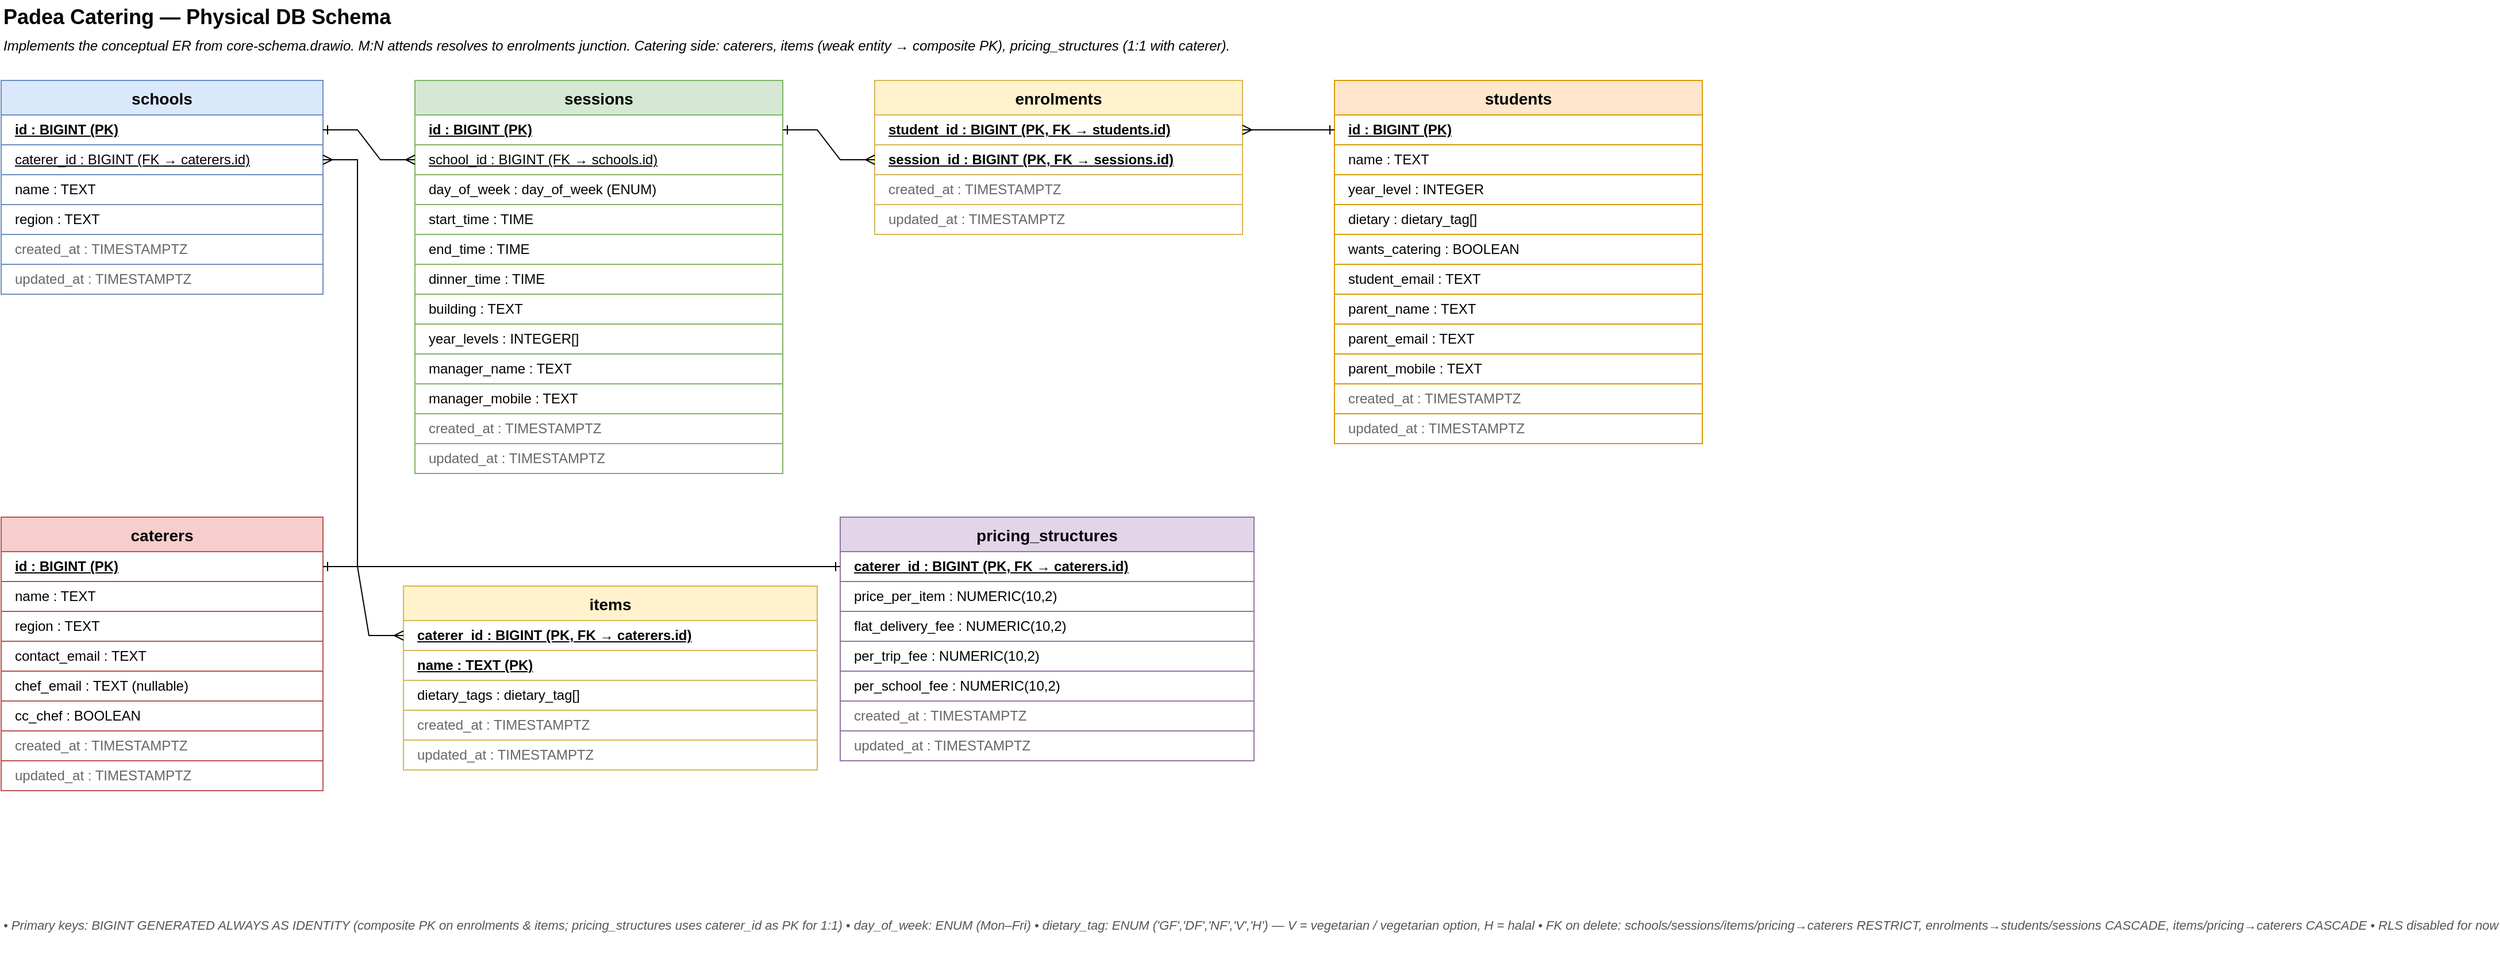
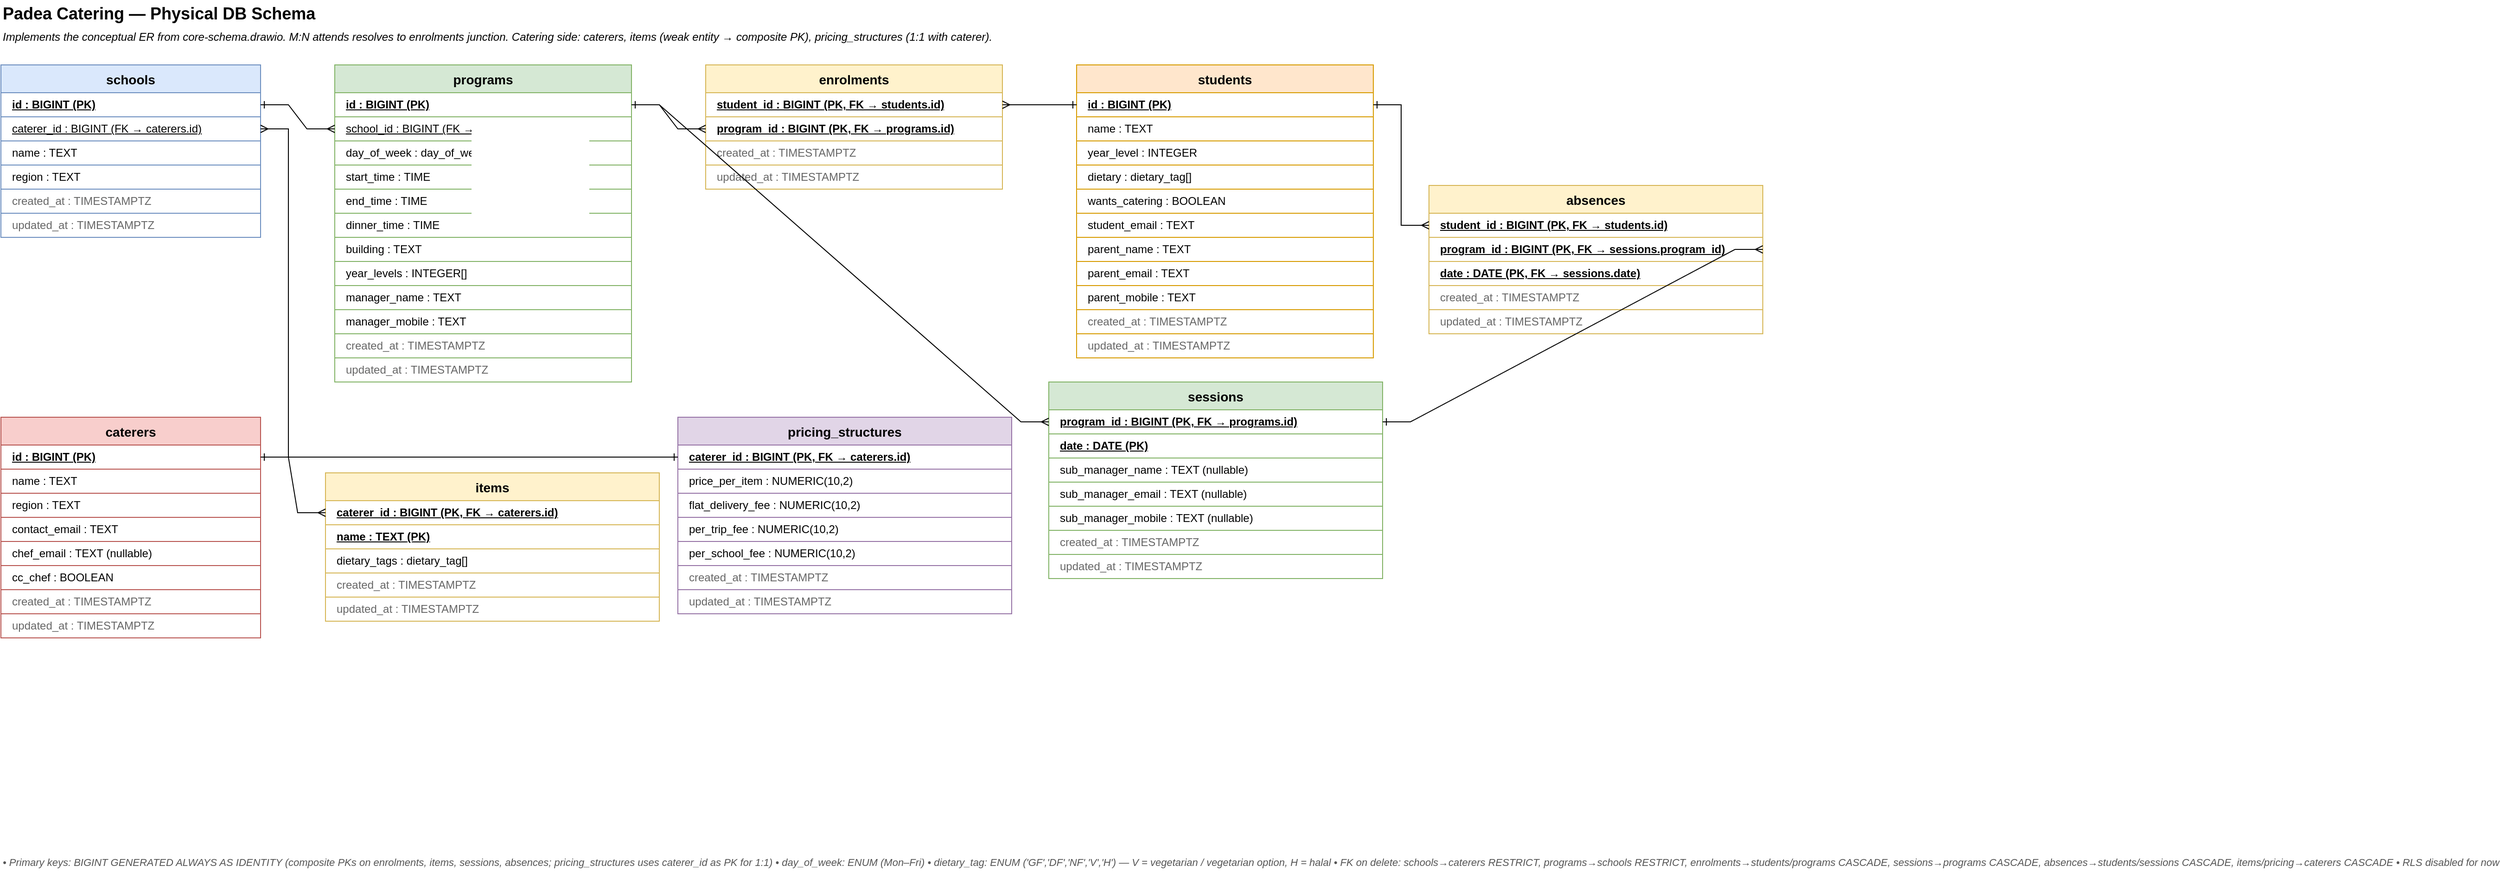
<mxfile host="65bd71144e">
    <diagram name="DB Schema" id="db-schema">
-         <mxGraphModel dx="1240" dy="691" grid="1" gridSize="10" guides="1" tooltips="1" connect="1" arrows="1" fold="1" page="1" pageScale="1" pageWidth="1700" pageHeight="900" math="0" shadow="0">
+         <mxGraphModel dx="714" dy="779" grid="1" gridSize="10" guides="1" tooltips="1" connect="1" arrows="1" fold="1" page="1" pageScale="1" pageWidth="1700" pageHeight="1000" math="0" shadow="0">
            <root>
                <mxCell id="0"/>
                <mxCell id="1" parent="0"/>
                <mxCell id="title" value="Padea Catering — Physical DB Schema" style="text;html=1;align=left;verticalAlign=middle;fontSize=18;fontStyle=1;" parent="1" vertex="1">
                    <mxGeometry x="40" y="20" width="800" height="30" as="geometry"/>
                </mxCell>
                <mxCell id="subtitle" value="Implements the conceptual ER from core-schema.drawio. M:N attends resolves to enrolments junction. Catering side: caterers, items (weak entity → composite PK), pricing_structures (1:1 with caterer)." style="text;html=1;align=left;verticalAlign=middle;fontSize=12;fontStyle=2;" parent="1" vertex="1">
                    <mxGeometry x="40" y="50" width="1500" height="20" as="geometry"/>
                </mxCell>
                <mxCell id="schools" value="schools" style="shape=table;startSize=30;container=1;collapsible=0;childLayout=tableLayout;fontSize=14;fontStyle=1;fillColor=#dae8fc;strokeColor=#6c8ebf;" parent="1" vertex="1">
                    <mxGeometry x="40" y="90" width="280" height="186" as="geometry"/>
                </mxCell>
                <mxCell id="schools-r1" value="" style="shape=tableRow;horizontal=0;startSize=0;swimlaneHead=0;swimlaneBody=0;strokeColor=inherit;top=0;left=0;bottom=0;right=0;collapsible=0;dropTarget=0;fillColor=none;points=[[0,0.5],[1,0.5]];portConstraint=eastwest;fontSize=12;" parent="schools" vertex="1">
                    <mxGeometry y="30" width="280" height="26" as="geometry"/>
                </mxCell>
                <mxCell id="schools-r1-c" value="id : BIGINT  (PK)" style="shape=partialRectangle;html=1;whiteSpace=wrap;connectable=0;strokeColor=inherit;overflow=hidden;fillColor=none;top=0;left=0;bottom=0;right=0;pointerEvents=1;fontStyle=5;align=left;spacingLeft=10;" parent="schools-r1" vertex="1">
                    <mxGeometry width="280" height="26" as="geometry"/>
                </mxCell>
                <mxCell id="schools-r-cat" value="" style="shape=tableRow;horizontal=0;startSize=0;swimlaneHead=0;swimlaneBody=0;strokeColor=inherit;top=0;left=0;bottom=0;right=0;collapsible=0;dropTarget=0;fillColor=none;points=[[0,0.5],[1,0.5]];portConstraint=eastwest;fontSize=12;" parent="schools" vertex="1">
                    <mxGeometry y="56" width="280" height="26" as="geometry"/>
                </mxCell>
                <mxCell id="schools-r-cat-c" value="caterer_id : BIGINT  (FK → caterers.id)" style="shape=partialRectangle;html=1;whiteSpace=wrap;connectable=0;strokeColor=inherit;overflow=hidden;fillColor=none;top=0;left=0;bottom=0;right=0;pointerEvents=1;fontStyle=4;align=left;spacingLeft=10;" parent="schools-r-cat" vertex="1">
                    <mxGeometry width="280" height="26" as="geometry"/>
                </mxCell>
                <mxCell id="schools-r2" value="" style="shape=tableRow;horizontal=0;startSize=0;swimlaneHead=0;swimlaneBody=0;strokeColor=inherit;top=0;left=0;bottom=0;right=0;collapsible=0;dropTarget=0;fillColor=none;points=[[0,0.5],[1,0.5]];portConstraint=eastwest;fontSize=12;" parent="schools" vertex="1">
                    <mxGeometry y="82" width="280" height="26" as="geometry"/>
                </mxCell>
                <mxCell id="schools-r2-c" value="name : TEXT" style="shape=partialRectangle;html=1;whiteSpace=wrap;connectable=0;strokeColor=inherit;overflow=hidden;fillColor=none;top=0;left=0;bottom=0;right=0;pointerEvents=1;align=left;spacingLeft=10;" parent="schools-r2" vertex="1">
                    <mxGeometry width="280" height="26" as="geometry"/>
                </mxCell>
                <mxCell id="schools-r3" value="" style="shape=tableRow;horizontal=0;startSize=0;swimlaneHead=0;swimlaneBody=0;strokeColor=inherit;top=0;left=0;bottom=0;right=0;collapsible=0;dropTarget=0;fillColor=none;points=[[0,0.5],[1,0.5]];portConstraint=eastwest;fontSize=12;" parent="schools" vertex="1">
                    <mxGeometry y="108" width="280" height="26" as="geometry"/>
                </mxCell>
                <mxCell id="schools-r3-c" value="region : TEXT" style="shape=partialRectangle;html=1;whiteSpace=wrap;connectable=0;strokeColor=inherit;overflow=hidden;fillColor=none;top=0;left=0;bottom=0;right=0;pointerEvents=1;align=left;spacingLeft=10;" parent="schools-r3" vertex="1">
                    <mxGeometry width="280" height="26" as="geometry"/>
                </mxCell>
                <mxCell id="schools-r4" value="" style="shape=tableRow;horizontal=0;startSize=0;swimlaneHead=0;swimlaneBody=0;strokeColor=inherit;top=0;left=0;bottom=0;right=0;collapsible=0;dropTarget=0;fillColor=none;points=[[0,0.5],[1,0.5]];portConstraint=eastwest;fontSize=12;" parent="schools" vertex="1">
                    <mxGeometry y="134" width="280" height="26" as="geometry"/>
                </mxCell>
                <mxCell id="schools-r4-c" value="created_at : TIMESTAMPTZ" style="shape=partialRectangle;html=1;whiteSpace=wrap;connectable=0;strokeColor=inherit;overflow=hidden;fillColor=none;top=0;left=0;bottom=0;right=0;pointerEvents=1;align=left;spacingLeft=10;fontColor=#666666;" parent="schools-r4" vertex="1">
                    <mxGeometry width="280" height="26" as="geometry"/>
                </mxCell>
                <mxCell id="schools-r5" value="" style="shape=tableRow;horizontal=0;startSize=0;swimlaneHead=0;swimlaneBody=0;strokeColor=inherit;top=0;left=0;bottom=0;right=0;collapsible=0;dropTarget=0;fillColor=none;points=[[0,0.5],[1,0.5]];portConstraint=eastwest;fontSize=12;" parent="schools" vertex="1">
                    <mxGeometry y="160" width="280" height="26" as="geometry"/>
                </mxCell>
                <mxCell id="schools-r5-c" value="updated_at : TIMESTAMPTZ" style="shape=partialRectangle;html=1;whiteSpace=wrap;connectable=0;strokeColor=inherit;overflow=hidden;fillColor=none;top=0;left=0;bottom=0;right=0;pointerEvents=1;align=left;spacingLeft=10;fontColor=#666666;" parent="schools-r5" vertex="1">
                    <mxGeometry width="280" height="26" as="geometry"/>
                </mxCell>
-                 <mxCell id="sessions" value="sessions" style="shape=table;startSize=30;container=1;collapsible=0;childLayout=tableLayout;fontSize=14;fontStyle=1;fillColor=#d5e8d4;strokeColor=#82b366;" parent="1" vertex="1">
+                 <mxCell id="sessions" value="programs" style="shape=table;startSize=30;container=1;collapsible=0;childLayout=tableLayout;fontSize=14;fontStyle=1;fillColor=#d5e8d4;strokeColor=#82b366;" parent="1" vertex="1">
                    <mxGeometry x="400" y="90" width="320" height="342" as="geometry"/>
                </mxCell>
                <mxCell id="sessions-r1" value="" style="shape=tableRow;horizontal=0;startSize=0;swimlaneHead=0;swimlaneBody=0;strokeColor=inherit;top=0;left=0;bottom=0;right=0;collapsible=0;dropTarget=0;fillColor=none;points=[[0,0.5],[1,0.5]];portConstraint=eastwest;fontSize=12;" parent="sessions" vertex="1">
                    <mxGeometry y="30" width="320" height="26" as="geometry"/>
                </mxCell>
                <mxCell id="sessions-r1-c" value="id : BIGINT  (PK)" style="shape=partialRectangle;html=1;whiteSpace=wrap;connectable=0;strokeColor=inherit;overflow=hidden;fillColor=none;top=0;left=0;bottom=0;right=0;pointerEvents=1;fontStyle=5;align=left;spacingLeft=10;" parent="sessions-r1" vertex="1">
-                     <mxGeometry width="320" height="26" as="geometry"/>
+                     <mxGeometry width="320" height="26" as="geometry">
+                         <mxRectangle width="320" height="26" as="alternateBounds"/>
+                     </mxGeometry>
                </mxCell>
                <mxCell id="sessions-r2" value="" style="shape=tableRow;horizontal=0;startSize=0;swimlaneHead=0;swimlaneBody=0;strokeColor=inherit;top=0;left=0;bottom=0;right=0;collapsible=0;dropTarget=0;fillColor=none;points=[[0,0.5],[1,0.5]];portConstraint=eastwest;fontSize=12;" parent="sessions" vertex="1">
                    <mxGeometry y="56" width="320" height="26" as="geometry"/>
                </mxCell>
                <mxCell id="sessions-r2-c" value="school_id : BIGINT  (FK → schools.id)" style="shape=partialRectangle;html=1;whiteSpace=wrap;connectable=0;strokeColor=inherit;overflow=hidden;fillColor=none;top=0;left=0;bottom=0;right=0;pointerEvents=1;fontStyle=4;align=left;spacingLeft=10;" parent="sessions-r2" vertex="1">
-                     <mxGeometry width="320" height="26" as="geometry"/>
+                     <mxGeometry width="320" height="26" as="geometry">
+                         <mxRectangle width="320" height="26" as="alternateBounds"/>
+                     </mxGeometry>
                </mxCell>
                <mxCell id="sessions-r3" value="" style="shape=tableRow;horizontal=0;startSize=0;swimlaneHead=0;swimlaneBody=0;strokeColor=inherit;top=0;left=0;bottom=0;right=0;collapsible=0;dropTarget=0;fillColor=none;points=[[0,0.5],[1,0.5]];portConstraint=eastwest;fontSize=12;" parent="sessions" vertex="1">
                    <mxGeometry y="82" width="320" height="26" as="geometry"/>
                </mxCell>
                <mxCell id="sessions-r3-c" value="day_of_week : day_of_week (ENUM)" style="shape=partialRectangle;html=1;whiteSpace=wrap;connectable=0;strokeColor=inherit;overflow=hidden;fillColor=none;top=0;left=0;bottom=0;right=0;pointerEvents=1;align=left;spacingLeft=10;" parent="sessions-r3" vertex="1">
-                     <mxGeometry width="320" height="26" as="geometry"/>
+                     <mxGeometry width="320" height="26" as="geometry">
+                         <mxRectangle width="320" height="26" as="alternateBounds"/>
+                     </mxGeometry>
                </mxCell>
                <mxCell id="sessions-r4" value="" style="shape=tableRow;horizontal=0;startSize=0;swimlaneHead=0;swimlaneBody=0;strokeColor=inherit;top=0;left=0;bottom=0;right=0;collapsible=0;dropTarget=0;fillColor=none;points=[[0,0.5],[1,0.5]];portConstraint=eastwest;fontSize=12;" parent="sessions" vertex="1">
                    <mxGeometry y="108" width="320" height="26" as="geometry"/>
                </mxCell>
                <mxCell id="sessions-r4-c" value="start_time : TIME" style="shape=partialRectangle;html=1;whiteSpace=wrap;connectable=0;strokeColor=inherit;overflow=hidden;fillColor=none;top=0;left=0;bottom=0;right=0;pointerEvents=1;align=left;spacingLeft=10;" parent="sessions-r4" vertex="1">
-                     <mxGeometry width="320" height="26" as="geometry"/>
+                     <mxGeometry width="320" height="26" as="geometry">
+                         <mxRectangle width="320" height="26" as="alternateBounds"/>
+                     </mxGeometry>
                </mxCell>
                <mxCell id="sessions-r5" value="" style="shape=tableRow;horizontal=0;startSize=0;swimlaneHead=0;swimlaneBody=0;strokeColor=inherit;top=0;left=0;bottom=0;right=0;collapsible=0;dropTarget=0;fillColor=none;points=[[0,0.5],[1,0.5]];portConstraint=eastwest;fontSize=12;" parent="sessions" vertex="1">
                    <mxGeometry y="134" width="320" height="26" as="geometry"/>
                </mxCell>
                <mxCell id="sessions-r5-c" value="end_time : TIME" style="shape=partialRectangle;html=1;whiteSpace=wrap;connectable=0;strokeColor=inherit;overflow=hidden;fillColor=none;top=0;left=0;bottom=0;right=0;pointerEvents=1;align=left;spacingLeft=10;" parent="sessions-r5" vertex="1">
-                     <mxGeometry width="320" height="26" as="geometry"/>
+                     <mxGeometry width="320" height="26" as="geometry">
+                         <mxRectangle width="320" height="26" as="alternateBounds"/>
+                     </mxGeometry>
                </mxCell>
                <mxCell id="sessions-r6" value="" style="shape=tableRow;horizontal=0;startSize=0;swimlaneHead=0;swimlaneBody=0;strokeColor=inherit;top=0;left=0;bottom=0;right=0;collapsible=0;dropTarget=0;fillColor=none;points=[[0,0.5],[1,0.5]];portConstraint=eastwest;fontSize=12;" parent="sessions" vertex="1">
                    <mxGeometry y="160" width="320" height="26" as="geometry"/>
                </mxCell>
                <mxCell id="sessions-r6-c" value="dinner_time : TIME" style="shape=partialRectangle;html=1;whiteSpace=wrap;connectable=0;strokeColor=inherit;overflow=hidden;fillColor=none;top=0;left=0;bottom=0;right=0;pointerEvents=1;align=left;spacingLeft=10;" parent="sessions-r6" vertex="1">
-                     <mxGeometry width="320" height="26" as="geometry"/>
+                     <mxGeometry width="320" height="26" as="geometry">
+                         <mxRectangle width="320" height="26" as="alternateBounds"/>
+                     </mxGeometry>
                </mxCell>
                <mxCell id="sessions-r7" value="" style="shape=tableRow;horizontal=0;startSize=0;swimlaneHead=0;swimlaneBody=0;strokeColor=inherit;top=0;left=0;bottom=0;right=0;collapsible=0;dropTarget=0;fillColor=none;points=[[0,0.5],[1,0.5]];portConstraint=eastwest;fontSize=12;" parent="sessions" vertex="1">
                    <mxGeometry y="186" width="320" height="26" as="geometry"/>
                </mxCell>
                <mxCell id="sessions-r7-c" value="building : TEXT" style="shape=partialRectangle;html=1;whiteSpace=wrap;connectable=0;strokeColor=inherit;overflow=hidden;fillColor=none;top=0;left=0;bottom=0;right=0;pointerEvents=1;align=left;spacingLeft=10;" parent="sessions-r7" vertex="1">
-                     <mxGeometry width="320" height="26" as="geometry"/>
+                     <mxGeometry width="320" height="26" as="geometry">
+                         <mxRectangle width="320" height="26" as="alternateBounds"/>
+                     </mxGeometry>
                </mxCell>
                <mxCell id="sessions-r8" value="" style="shape=tableRow;horizontal=0;startSize=0;swimlaneHead=0;swimlaneBody=0;strokeColor=inherit;top=0;left=0;bottom=0;right=0;collapsible=0;dropTarget=0;fillColor=none;points=[[0,0.5],[1,0.5]];portConstraint=eastwest;fontSize=12;" parent="sessions" vertex="1">
                    <mxGeometry y="212" width="320" height="26" as="geometry"/>
                </mxCell>
                <mxCell id="sessions-r8-c" value="year_levels : INTEGER[]" style="shape=partialRectangle;html=1;whiteSpace=wrap;connectable=0;strokeColor=inherit;overflow=hidden;fillColor=none;top=0;left=0;bottom=0;right=0;pointerEvents=1;align=left;spacingLeft=10;" parent="sessions-r8" vertex="1">
-                     <mxGeometry width="320" height="26" as="geometry"/>
+                     <mxGeometry width="320" height="26" as="geometry">
+                         <mxRectangle width="320" height="26" as="alternateBounds"/>
+                     </mxGeometry>
                </mxCell>
                <mxCell id="sessions-r9" value="" style="shape=tableRow;horizontal=0;startSize=0;swimlaneHead=0;swimlaneBody=0;strokeColor=inherit;top=0;left=0;bottom=0;right=0;collapsible=0;dropTarget=0;fillColor=none;points=[[0,0.5],[1,0.5]];portConstraint=eastwest;fontSize=12;" parent="sessions" vertex="1">
                    <mxGeometry y="238" width="320" height="26" as="geometry"/>
                </mxCell>
                <mxCell id="sessions-r9-c" value="manager_name : TEXT" style="shape=partialRectangle;html=1;whiteSpace=wrap;connectable=0;strokeColor=inherit;overflow=hidden;fillColor=none;top=0;left=0;bottom=0;right=0;pointerEvents=1;align=left;spacingLeft=10;" parent="sessions-r9" vertex="1">
-                     <mxGeometry width="320" height="26" as="geometry"/>
+                     <mxGeometry width="320" height="26" as="geometry">
+                         <mxRectangle width="320" height="26" as="alternateBounds"/>
+                     </mxGeometry>
                </mxCell>
                <mxCell id="sessions-r10" value="" style="shape=tableRow;horizontal=0;startSize=0;swimlaneHead=0;swimlaneBody=0;strokeColor=inherit;top=0;left=0;bottom=0;right=0;collapsible=0;dropTarget=0;fillColor=none;points=[[0,0.5],[1,0.5]];portConstraint=eastwest;fontSize=12;" parent="sessions" vertex="1">
                    <mxGeometry y="264" width="320" height="26" as="geometry"/>
                </mxCell>
                <mxCell id="sessions-r10-c" value="manager_mobile : TEXT" style="shape=partialRectangle;html=1;whiteSpace=wrap;connectable=0;strokeColor=inherit;overflow=hidden;fillColor=none;top=0;left=0;bottom=0;right=0;pointerEvents=1;align=left;spacingLeft=10;" parent="sessions-r10" vertex="1">
-                     <mxGeometry width="320" height="26" as="geometry"/>
+                     <mxGeometry width="320" height="26" as="geometry">
+                         <mxRectangle width="320" height="26" as="alternateBounds"/>
+                     </mxGeometry>
                </mxCell>
                <mxCell id="sessions-r11" value="" style="shape=tableRow;horizontal=0;startSize=0;swimlaneHead=0;swimlaneBody=0;strokeColor=inherit;top=0;left=0;bottom=0;right=0;collapsible=0;dropTarget=0;fillColor=none;points=[[0,0.5],[1,0.5]];portConstraint=eastwest;fontSize=12;" parent="sessions" vertex="1">
                    <mxGeometry y="290" width="320" height="26" as="geometry"/>
                </mxCell>
                <mxCell id="sessions-r11-c" value="created_at : TIMESTAMPTZ" style="shape=partialRectangle;html=1;whiteSpace=wrap;connectable=0;strokeColor=inherit;overflow=hidden;fillColor=none;top=0;left=0;bottom=0;right=0;pointerEvents=1;align=left;spacingLeft=10;fontColor=#666666;" parent="sessions-r11" vertex="1">
-                     <mxGeometry width="320" height="26" as="geometry"/>
+                     <mxGeometry width="320" height="26" as="geometry">
+                         <mxRectangle width="320" height="26" as="alternateBounds"/>
+                     </mxGeometry>
                </mxCell>
                <mxCell id="sessions-r12" value="" style="shape=tableRow;horizontal=0;startSize=0;swimlaneHead=0;swimlaneBody=0;strokeColor=inherit;top=0;left=0;bottom=0;right=0;collapsible=0;dropTarget=0;fillColor=none;points=[[0,0.5],[1,0.5]];portConstraint=eastwest;fontSize=12;" parent="sessions" vertex="1">
                    <mxGeometry y="316" width="320" height="26" as="geometry"/>
                </mxCell>
                <mxCell id="sessions-r12-c" value="updated_at : TIMESTAMPTZ" style="shape=partialRectangle;html=1;whiteSpace=wrap;connectable=0;strokeColor=inherit;overflow=hidden;fillColor=none;top=0;left=0;bottom=0;right=0;pointerEvents=1;align=left;spacingLeft=10;fontColor=#666666;" parent="sessions-r12" vertex="1">
-                     <mxGeometry width="320" height="26" as="geometry"/>
+                     <mxGeometry width="320" height="26" as="geometry">
+                         <mxRectangle width="320" height="26" as="alternateBounds"/>
+                     </mxGeometry>
                </mxCell>
                <mxCell id="enrolments" value="enrolments" style="shape=table;startSize=30;container=1;collapsible=0;childLayout=tableLayout;fontSize=14;fontStyle=1;fillColor=#fff2cc;strokeColor=#d6b656;" parent="1" vertex="1">
                    <mxGeometry x="800" y="90" width="320" height="134" as="geometry"/>
                </mxCell>
                <mxCell id="enrolments-r2" value="" style="shape=tableRow;horizontal=0;startSize=0;swimlaneHead=0;swimlaneBody=0;strokeColor=inherit;top=0;left=0;bottom=0;right=0;collapsible=0;dropTarget=0;fillColor=none;points=[[0,0.5],[1,0.5]];portConstraint=eastwest;fontSize=12;" parent="enrolments" vertex="1">
                    <mxGeometry y="30" width="320" height="26" as="geometry"/>
                </mxCell>
                <mxCell id="enrolments-r2-c" value="student_id : BIGINT  (PK, FK → students.id)" style="shape=partialRectangle;html=1;whiteSpace=wrap;connectable=0;strokeColor=inherit;overflow=hidden;fillColor=none;top=0;left=0;bottom=0;right=0;pointerEvents=1;fontStyle=5;align=left;spacingLeft=10;" parent="enrolments-r2" vertex="1">
-                     <mxGeometry width="320" height="26" as="geometry"/>
+                     <mxGeometry width="320" height="26" as="geometry">
+                         <mxRectangle width="320" height="26" as="alternateBounds"/>
+                     </mxGeometry>
                </mxCell>
                <mxCell id="enrolments-r3" value="" style="shape=tableRow;horizontal=0;startSize=0;swimlaneHead=0;swimlaneBody=0;strokeColor=inherit;top=0;left=0;bottom=0;right=0;collapsible=0;dropTarget=0;fillColor=none;points=[[0,0.5],[1,0.5]];portConstraint=eastwest;fontSize=12;" parent="enrolments" vertex="1">
                    <mxGeometry y="56" width="320" height="26" as="geometry"/>
                </mxCell>
-                 <mxCell id="enrolments-r3-c" value="session_id : BIGINT  (PK, FK → sessions.id)" style="shape=partialRectangle;html=1;whiteSpace=wrap;connectable=0;strokeColor=inherit;overflow=hidden;fillColor=none;top=0;left=0;bottom=0;right=0;pointerEvents=1;fontStyle=5;align=left;spacingLeft=10;" parent="enrolments-r3" vertex="1">
-                     <mxGeometry width="320" height="26" as="geometry"/>
+                 <mxCell id="enrolments-r3-c" value="program_id : BIGINT  (PK, FK → programs.id)" style="shape=partialRectangle;html=1;whiteSpace=wrap;connectable=0;strokeColor=inherit;overflow=hidden;fillColor=none;top=0;left=0;bottom=0;right=0;pointerEvents=1;fontStyle=5;align=left;spacingLeft=10;" parent="enrolments-r3" vertex="1">
+                     <mxGeometry width="320" height="26" as="geometry">
+                         <mxRectangle width="320" height="26" as="alternateBounds"/>
+                     </mxGeometry>
                </mxCell>
                <mxCell id="enrolments-r4" value="" style="shape=tableRow;horizontal=0;startSize=0;swimlaneHead=0;swimlaneBody=0;strokeColor=inherit;top=0;left=0;bottom=0;right=0;collapsible=0;dropTarget=0;fillColor=none;points=[[0,0.5],[1,0.5]];portConstraint=eastwest;fontSize=12;" parent="enrolments" vertex="1">
                    <mxGeometry y="82" width="320" height="26" as="geometry"/>
                </mxCell>
                <mxCell id="enrolments-r4-c" value="created_at : TIMESTAMPTZ" style="shape=partialRectangle;html=1;whiteSpace=wrap;connectable=0;strokeColor=inherit;overflow=hidden;fillColor=none;top=0;left=0;bottom=0;right=0;pointerEvents=1;align=left;spacingLeft=10;fontColor=#666666;" parent="enrolments-r4" vertex="1">
-                     <mxGeometry width="320" height="26" as="geometry"/>
+                     <mxGeometry width="320" height="26" as="geometry">
+                         <mxRectangle width="320" height="26" as="alternateBounds"/>
+                     </mxGeometry>
                </mxCell>
                <mxCell id="enrolments-r5" value="" style="shape=tableRow;horizontal=0;startSize=0;swimlaneHead=0;swimlaneBody=0;strokeColor=inherit;top=0;left=0;bottom=0;right=0;collapsible=0;dropTarget=0;fillColor=none;points=[[0,0.5],[1,0.5]];portConstraint=eastwest;fontSize=12;" parent="enrolments" vertex="1">
                    <mxGeometry y="108" width="320" height="26" as="geometry"/>
                </mxCell>
                <mxCell id="enrolments-r5-c" value="updated_at : TIMESTAMPTZ" style="shape=partialRectangle;html=1;whiteSpace=wrap;connectable=0;strokeColor=inherit;overflow=hidden;fillColor=none;top=0;left=0;bottom=0;right=0;pointerEvents=1;align=left;spacingLeft=10;fontColor=#666666;" parent="enrolments-r5" vertex="1">
-                     <mxGeometry width="320" height="26" as="geometry"/>
+                     <mxGeometry width="320" height="26" as="geometry">
+                         <mxRectangle width="320" height="26" as="alternateBounds"/>
+                     </mxGeometry>
                </mxCell>
                <mxCell id="students" value="students" style="shape=table;startSize=30;container=1;collapsible=0;childLayout=tableLayout;fontSize=14;fontStyle=1;fillColor=#ffe6cc;strokeColor=#d79b00;" parent="1" vertex="1">
                    <mxGeometry x="1200" y="90" width="320" height="316" as="geometry"/>
                </mxCell>
                <mxCell id="students-r1" value="" style="shape=tableRow;horizontal=0;startSize=0;swimlaneHead=0;swimlaneBody=0;strokeColor=inherit;top=0;left=0;bottom=0;right=0;collapsible=0;dropTarget=0;fillColor=none;points=[[0,0.5],[1,0.5]];portConstraint=eastwest;fontSize=12;" parent="students" vertex="1">
                    <mxGeometry y="30" width="320" height="26" as="geometry"/>
                </mxCell>
                <mxCell id="students-r1-c" value="id : BIGINT  (PK)" style="shape=partialRectangle;html=1;whiteSpace=wrap;connectable=0;strokeColor=inherit;overflow=hidden;fillColor=none;top=0;left=0;bottom=0;right=0;pointerEvents=1;fontStyle=5;align=left;spacingLeft=10;" parent="students-r1" vertex="1">
                    <mxGeometry width="320" height="26" as="geometry"/>
                </mxCell>
                <mxCell id="students-r2" value="" style="shape=tableRow;horizontal=0;startSize=0;swimlaneHead=0;swimlaneBody=0;strokeColor=inherit;top=0;left=0;bottom=0;right=0;collapsible=0;dropTarget=0;fillColor=none;points=[[0,0.5],[1,0.5]];portConstraint=eastwest;fontSize=12;" parent="students" vertex="1">
                    <mxGeometry y="56" width="320" height="26" as="geometry"/>
                </mxCell>
                <mxCell id="students-r2-c" value="name : TEXT" style="shape=partialRectangle;html=1;whiteSpace=wrap;connectable=0;strokeColor=inherit;overflow=hidden;fillColor=none;top=0;left=0;bottom=0;right=0;pointerEvents=1;align=left;spacingLeft=10;" parent="students-r2" vertex="1">
                    <mxGeometry width="320" height="26" as="geometry"/>
                </mxCell>
                <mxCell id="students-r3" value="" style="shape=tableRow;horizontal=0;startSize=0;swimlaneHead=0;swimlaneBody=0;strokeColor=inherit;top=0;left=0;bottom=0;right=0;collapsible=0;dropTarget=0;fillColor=none;points=[[0,0.5],[1,0.5]];portConstraint=eastwest;fontSize=12;" parent="students" vertex="1">
                    <mxGeometry y="82" width="320" height="26" as="geometry"/>
                </mxCell>
                <mxCell id="students-r3-c" value="year_level : INTEGER" style="shape=partialRectangle;html=1;whiteSpace=wrap;connectable=0;strokeColor=inherit;overflow=hidden;fillColor=none;top=0;left=0;bottom=0;right=0;pointerEvents=1;align=left;spacingLeft=10;" parent="students-r3" vertex="1">
                    <mxGeometry width="320" height="26" as="geometry"/>
                </mxCell>
                <mxCell id="students-r4" value="" style="shape=tableRow;horizontal=0;startSize=0;swimlaneHead=0;swimlaneBody=0;strokeColor=inherit;top=0;left=0;bottom=0;right=0;collapsible=0;dropTarget=0;fillColor=none;points=[[0,0.5],[1,0.5]];portConstraint=eastwest;fontSize=12;" parent="students" vertex="1">
                    <mxGeometry y="108" width="320" height="26" as="geometry"/>
                </mxCell>
                <mxCell id="students-r4-c" value="dietary : dietary_tag[]" style="shape=partialRectangle;html=1;whiteSpace=wrap;connectable=0;strokeColor=inherit;overflow=hidden;fillColor=none;top=0;left=0;bottom=0;right=0;pointerEvents=1;align=left;spacingLeft=10;" parent="students-r4" vertex="1">
                    <mxGeometry width="320" height="26" as="geometry"/>
                </mxCell>
                <mxCell id="students-r-wc" value="" style="shape=tableRow;horizontal=0;startSize=0;swimlaneHead=0;swimlaneBody=0;strokeColor=inherit;top=0;left=0;bottom=0;right=0;collapsible=0;dropTarget=0;fillColor=none;points=[[0,0.5],[1,0.5]];portConstraint=eastwest;fontSize=12;" parent="students" vertex="1">
                    <mxGeometry y="134" width="320" height="26" as="geometry"/>
                </mxCell>
                <mxCell id="students-r-wc-c" value="wants_catering : BOOLEAN" style="shape=partialRectangle;html=1;whiteSpace=wrap;connectable=0;strokeColor=inherit;overflow=hidden;fillColor=none;top=0;left=0;bottom=0;right=0;pointerEvents=1;align=left;spacingLeft=10;" parent="students-r-wc" vertex="1">
                    <mxGeometry width="320" height="26" as="geometry"/>
                </mxCell>
                <mxCell id="students-r5" value="" style="shape=tableRow;horizontal=0;startSize=0;swimlaneHead=0;swimlaneBody=0;strokeColor=inherit;top=0;left=0;bottom=0;right=0;collapsible=0;dropTarget=0;fillColor=none;points=[[0,0.5],[1,0.5]];portConstraint=eastwest;fontSize=12;" parent="students" vertex="1">
                    <mxGeometry y="160" width="320" height="26" as="geometry"/>
                </mxCell>
                <mxCell id="students-r5-c" value="student_email : TEXT" style="shape=partialRectangle;html=1;whiteSpace=wrap;connectable=0;strokeColor=inherit;overflow=hidden;fillColor=none;top=0;left=0;bottom=0;right=0;pointerEvents=1;align=left;spacingLeft=10;" parent="students-r5" vertex="1">
                    <mxGeometry width="320" height="26" as="geometry"/>
                </mxCell>
                <mxCell id="students-r6" value="" style="shape=tableRow;horizontal=0;startSize=0;swimlaneHead=0;swimlaneBody=0;strokeColor=inherit;top=0;left=0;bottom=0;right=0;collapsible=0;dropTarget=0;fillColor=none;points=[[0,0.5],[1,0.5]];portConstraint=eastwest;fontSize=12;" parent="students" vertex="1">
                    <mxGeometry y="186" width="320" height="26" as="geometry"/>
                </mxCell>
                <mxCell id="students-r6-c" value="parent_name : TEXT" style="shape=partialRectangle;html=1;whiteSpace=wrap;connectable=0;strokeColor=inherit;overflow=hidden;fillColor=none;top=0;left=0;bottom=0;right=0;pointerEvents=1;align=left;spacingLeft=10;" parent="students-r6" vertex="1">
                    <mxGeometry width="320" height="26" as="geometry"/>
                </mxCell>
                <mxCell id="students-r7" value="" style="shape=tableRow;horizontal=0;startSize=0;swimlaneHead=0;swimlaneBody=0;strokeColor=inherit;top=0;left=0;bottom=0;right=0;collapsible=0;dropTarget=0;fillColor=none;points=[[0,0.5],[1,0.5]];portConstraint=eastwest;fontSize=12;" parent="students" vertex="1">
                    <mxGeometry y="212" width="320" height="26" as="geometry"/>
                </mxCell>
                <mxCell id="students-r7-c" value="parent_email : TEXT" style="shape=partialRectangle;html=1;whiteSpace=wrap;connectable=0;strokeColor=inherit;overflow=hidden;fillColor=none;top=0;left=0;bottom=0;right=0;pointerEvents=1;align=left;spacingLeft=10;" parent="students-r7" vertex="1">
                    <mxGeometry width="320" height="26" as="geometry"/>
                </mxCell>
                <mxCell id="students-r8" value="" style="shape=tableRow;horizontal=0;startSize=0;swimlaneHead=0;swimlaneBody=0;strokeColor=inherit;top=0;left=0;bottom=0;right=0;collapsible=0;dropTarget=0;fillColor=none;points=[[0,0.5],[1,0.5]];portConstraint=eastwest;fontSize=12;" parent="students" vertex="1">
                    <mxGeometry y="238" width="320" height="26" as="geometry"/>
                </mxCell>
                <mxCell id="students-r8-c" value="parent_mobile : TEXT" style="shape=partialRectangle;html=1;whiteSpace=wrap;connectable=0;strokeColor=inherit;overflow=hidden;fillColor=none;top=0;left=0;bottom=0;right=0;pointerEvents=1;align=left;spacingLeft=10;" parent="students-r8" vertex="1">
                    <mxGeometry width="320" height="26" as="geometry"/>
                </mxCell>
                <mxCell id="students-r9" value="" style="shape=tableRow;horizontal=0;startSize=0;swimlaneHead=0;swimlaneBody=0;strokeColor=inherit;top=0;left=0;bottom=0;right=0;collapsible=0;dropTarget=0;fillColor=none;points=[[0,0.5],[1,0.5]];portConstraint=eastwest;fontSize=12;" parent="students" vertex="1">
                    <mxGeometry y="264" width="320" height="26" as="geometry"/>
                </mxCell>
                <mxCell id="students-r9-c" value="created_at : TIMESTAMPTZ" style="shape=partialRectangle;html=1;whiteSpace=wrap;connectable=0;strokeColor=inherit;overflow=hidden;fillColor=none;top=0;left=0;bottom=0;right=0;pointerEvents=1;align=left;spacingLeft=10;fontColor=#666666;" parent="students-r9" vertex="1">
                    <mxGeometry width="320" height="26" as="geometry"/>
                </mxCell>
                <mxCell id="students-r10" value="" style="shape=tableRow;horizontal=0;startSize=0;swimlaneHead=0;swimlaneBody=0;strokeColor=inherit;top=0;left=0;bottom=0;right=0;collapsible=0;dropTarget=0;fillColor=none;points=[[0,0.5],[1,0.5]];portConstraint=eastwest;fontSize=12;" parent="students" vertex="1">
                    <mxGeometry y="290" width="320" height="26" as="geometry"/>
                </mxCell>
                <mxCell id="students-r10-c" value="updated_at : TIMESTAMPTZ" style="shape=partialRectangle;html=1;whiteSpace=wrap;connectable=0;strokeColor=inherit;overflow=hidden;fillColor=none;top=0;left=0;bottom=0;right=0;pointerEvents=1;align=left;spacingLeft=10;fontColor=#666666;" parent="students-r10" vertex="1">
                    <mxGeometry width="320" height="26" as="geometry"/>
                </mxCell>
                <mxCell id="caterers" value="caterers" style="shape=table;startSize=30;container=1;collapsible=0;childLayout=tableLayout;fontSize=14;fontStyle=1;fillColor=#f8cecc;strokeColor=#b85450;" parent="1" vertex="1">
                    <mxGeometry x="40" y="470" width="280" height="238" as="geometry"/>
                </mxCell>
                <mxCell id="caterers-r1" value="" style="shape=tableRow;horizontal=0;startSize=0;swimlaneHead=0;swimlaneBody=0;strokeColor=inherit;top=0;left=0;bottom=0;right=0;collapsible=0;dropTarget=0;fillColor=none;points=[[0,0.5],[1,0.5]];portConstraint=eastwest;fontSize=12;" parent="caterers" vertex="1">
                    <mxGeometry y="30" width="280" height="26" as="geometry"/>
                </mxCell>
                <mxCell id="caterers-r1-c" value="id : BIGINT  (PK)" style="shape=partialRectangle;html=1;whiteSpace=wrap;connectable=0;strokeColor=inherit;overflow=hidden;fillColor=none;top=0;left=0;bottom=0;right=0;pointerEvents=1;fontStyle=5;align=left;spacingLeft=10;" parent="caterers-r1" vertex="1">
                    <mxGeometry width="280" height="26" as="geometry">
                        <mxRectangle width="280" height="26" as="alternateBounds"/>
                    </mxGeometry>
                </mxCell>
                <mxCell id="caterers-r2" value="" style="shape=tableRow;horizontal=0;startSize=0;swimlaneHead=0;swimlaneBody=0;strokeColor=inherit;top=0;left=0;bottom=0;right=0;collapsible=0;dropTarget=0;fillColor=none;points=[[0,0.5],[1,0.5]];portConstraint=eastwest;fontSize=12;" parent="caterers" vertex="1">
                    <mxGeometry y="56" width="280" height="26" as="geometry"/>
                </mxCell>
                <mxCell id="caterers-r2-c" value="name : TEXT" style="shape=partialRectangle;html=1;whiteSpace=wrap;connectable=0;strokeColor=inherit;overflow=hidden;fillColor=none;top=0;left=0;bottom=0;right=0;pointerEvents=1;align=left;spacingLeft=10;" parent="caterers-r2" vertex="1">
                    <mxGeometry width="280" height="26" as="geometry">
                        <mxRectangle width="280" height="26" as="alternateBounds"/>
                    </mxGeometry>
                </mxCell>
                <mxCell id="caterers-r3" value="" style="shape=tableRow;horizontal=0;startSize=0;swimlaneHead=0;swimlaneBody=0;strokeColor=inherit;top=0;left=0;bottom=0;right=0;collapsible=0;dropTarget=0;fillColor=none;points=[[0,0.5],[1,0.5]];portConstraint=eastwest;fontSize=12;" parent="caterers" vertex="1">
                    <mxGeometry y="82" width="280" height="26" as="geometry"/>
                </mxCell>
                <mxCell id="caterers-r3-c" value="region : TEXT" style="shape=partialRectangle;html=1;whiteSpace=wrap;connectable=0;strokeColor=inherit;overflow=hidden;fillColor=none;top=0;left=0;bottom=0;right=0;pointerEvents=1;align=left;spacingLeft=10;" parent="caterers-r3" vertex="1">
                    <mxGeometry width="280" height="26" as="geometry">
                        <mxRectangle width="280" height="26" as="alternateBounds"/>
                    </mxGeometry>
                </mxCell>
                <mxCell id="caterers-r-ce" value="" style="shape=tableRow;horizontal=0;startSize=0;swimlaneHead=0;swimlaneBody=0;strokeColor=inherit;top=0;left=0;bottom=0;right=0;collapsible=0;dropTarget=0;fillColor=none;points=[[0,0.5],[1,0.5]];portConstraint=eastwest;fontSize=12;" parent="caterers" vertex="1">
                    <mxGeometry y="108" width="280" height="26" as="geometry"/>
                </mxCell>
                <mxCell id="caterers-r-ce-c" value="contact_email : TEXT" style="shape=partialRectangle;html=1;whiteSpace=wrap;connectable=0;strokeColor=inherit;overflow=hidden;fillColor=none;top=0;left=0;bottom=0;right=0;pointerEvents=1;align=left;spacingLeft=10;" parent="caterers-r-ce" vertex="1">
                    <mxGeometry width="280" height="26" as="geometry">
                        <mxRectangle width="280" height="26" as="alternateBounds"/>
                    </mxGeometry>
                </mxCell>
                <mxCell id="caterers-r-che" value="" style="shape=tableRow;horizontal=0;startSize=0;swimlaneHead=0;swimlaneBody=0;strokeColor=inherit;top=0;left=0;bottom=0;right=0;collapsible=0;dropTarget=0;fillColor=none;points=[[0,0.5],[1,0.5]];portConstraint=eastwest;fontSize=12;" parent="caterers" vertex="1">
                    <mxGeometry y="134" width="280" height="26" as="geometry"/>
                </mxCell>
                <mxCell id="caterers-r-che-c" value="chef_email : TEXT  (nullable)" style="shape=partialRectangle;html=1;whiteSpace=wrap;connectable=0;strokeColor=inherit;overflow=hidden;fillColor=none;top=0;left=0;bottom=0;right=0;pointerEvents=1;align=left;spacingLeft=10;" parent="caterers-r-che" vertex="1">
                    <mxGeometry width="280" height="26" as="geometry">
                        <mxRectangle width="280" height="26" as="alternateBounds"/>
                    </mxGeometry>
                </mxCell>
                <mxCell id="caterers-r-cc" value="" style="shape=tableRow;horizontal=0;startSize=0;swimlaneHead=0;swimlaneBody=0;strokeColor=inherit;top=0;left=0;bottom=0;right=0;collapsible=0;dropTarget=0;fillColor=none;points=[[0,0.5],[1,0.5]];portConstraint=eastwest;fontSize=12;" parent="caterers" vertex="1">
                    <mxGeometry y="160" width="280" height="26" as="geometry"/>
                </mxCell>
                <mxCell id="caterers-r-cc-c" value="cc_chef : BOOLEAN" style="shape=partialRectangle;html=1;whiteSpace=wrap;connectable=0;strokeColor=inherit;overflow=hidden;fillColor=none;top=0;left=0;bottom=0;right=0;pointerEvents=1;align=left;spacingLeft=10;" parent="caterers-r-cc" vertex="1">
                    <mxGeometry width="280" height="26" as="geometry">
                        <mxRectangle width="280" height="26" as="alternateBounds"/>
                    </mxGeometry>
                </mxCell>
                <mxCell id="caterers-r4" value="" style="shape=tableRow;horizontal=0;startSize=0;swimlaneHead=0;swimlaneBody=0;strokeColor=inherit;top=0;left=0;bottom=0;right=0;collapsible=0;dropTarget=0;fillColor=none;points=[[0,0.5],[1,0.5]];portConstraint=eastwest;fontSize=12;" parent="caterers" vertex="1">
                    <mxGeometry y="186" width="280" height="26" as="geometry"/>
                </mxCell>
                <mxCell id="caterers-r4-c" value="created_at : TIMESTAMPTZ" style="shape=partialRectangle;html=1;whiteSpace=wrap;connectable=0;strokeColor=inherit;overflow=hidden;fillColor=none;top=0;left=0;bottom=0;right=0;pointerEvents=1;align=left;spacingLeft=10;fontColor=#666666;" parent="caterers-r4" vertex="1">
                    <mxGeometry width="280" height="26" as="geometry">
                        <mxRectangle width="280" height="26" as="alternateBounds"/>
                    </mxGeometry>
                </mxCell>
                <mxCell id="caterers-r5" value="" style="shape=tableRow;horizontal=0;startSize=0;swimlaneHead=0;swimlaneBody=0;strokeColor=inherit;top=0;left=0;bottom=0;right=0;collapsible=0;dropTarget=0;fillColor=none;points=[[0,0.5],[1,0.5]];portConstraint=eastwest;fontSize=12;" parent="caterers" vertex="1">
                    <mxGeometry y="212" width="280" height="26" as="geometry"/>
                </mxCell>
                <mxCell id="caterers-r5-c" value="updated_at : TIMESTAMPTZ" style="shape=partialRectangle;html=1;whiteSpace=wrap;connectable=0;strokeColor=inherit;overflow=hidden;fillColor=none;top=0;left=0;bottom=0;right=0;pointerEvents=1;align=left;spacingLeft=10;fontColor=#666666;" parent="caterers-r5" vertex="1">
                    <mxGeometry width="280" height="26" as="geometry">
                        <mxRectangle width="280" height="26" as="alternateBounds"/>
                    </mxGeometry>
                </mxCell>
                <mxCell id="items" value="items" style="shape=table;startSize=30;container=1;collapsible=0;childLayout=tableLayout;fontSize=14;fontStyle=1;fillColor=#fff2cc;strokeColor=#d6b656;" parent="1" vertex="1">
                    <mxGeometry x="390" y="530" width="360" height="160" as="geometry"/>
                </mxCell>
                <mxCell id="items-r1" value="" style="shape=tableRow;horizontal=0;startSize=0;swimlaneHead=0;swimlaneBody=0;strokeColor=inherit;top=0;left=0;bottom=0;right=0;collapsible=0;dropTarget=0;fillColor=none;points=[[0,0.5],[1,0.5]];portConstraint=eastwest;fontSize=12;" parent="items" vertex="1">
                    <mxGeometry y="30" width="360" height="26" as="geometry"/>
                </mxCell>
                <mxCell id="items-r1-c" value="caterer_id : BIGINT  (PK, FK → caterers.id)" style="shape=partialRectangle;html=1;whiteSpace=wrap;connectable=0;strokeColor=inherit;overflow=hidden;fillColor=none;top=0;left=0;bottom=0;right=0;pointerEvents=1;fontStyle=5;align=left;spacingLeft=10;" parent="items-r1" vertex="1">
                    <mxGeometry width="360" height="26" as="geometry">
                        <mxRectangle width="360" height="26" as="alternateBounds"/>
                    </mxGeometry>
                </mxCell>
                <mxCell id="items-r2" value="" style="shape=tableRow;horizontal=0;startSize=0;swimlaneHead=0;swimlaneBody=0;strokeColor=inherit;top=0;left=0;bottom=0;right=0;collapsible=0;dropTarget=0;fillColor=none;points=[[0,0.5],[1,0.5]];portConstraint=eastwest;fontSize=12;" parent="items" vertex="1">
                    <mxGeometry y="56" width="360" height="26" as="geometry"/>
                </mxCell>
                <mxCell id="items-r2-c" value="name : TEXT  (PK)" style="shape=partialRectangle;html=1;whiteSpace=wrap;connectable=0;strokeColor=inherit;overflow=hidden;fillColor=none;top=0;left=0;bottom=0;right=0;pointerEvents=1;fontStyle=5;align=left;spacingLeft=10;" parent="items-r2" vertex="1">
                    <mxGeometry width="360" height="26" as="geometry">
                        <mxRectangle width="360" height="26" as="alternateBounds"/>
                    </mxGeometry>
                </mxCell>
                <mxCell id="items-r3" value="" style="shape=tableRow;horizontal=0;startSize=0;swimlaneHead=0;swimlaneBody=0;strokeColor=inherit;top=0;left=0;bottom=0;right=0;collapsible=0;dropTarget=0;fillColor=none;points=[[0,0.5],[1,0.5]];portConstraint=eastwest;fontSize=12;" parent="items" vertex="1">
                    <mxGeometry y="82" width="360" height="26" as="geometry"/>
                </mxCell>
                <mxCell id="items-r3-c" value="dietary_tags : dietary_tag[]" style="shape=partialRectangle;html=1;whiteSpace=wrap;connectable=0;strokeColor=inherit;overflow=hidden;fillColor=none;top=0;left=0;bottom=0;right=0;pointerEvents=1;align=left;spacingLeft=10;" parent="items-r3" vertex="1">
                    <mxGeometry width="360" height="26" as="geometry">
                        <mxRectangle width="360" height="26" as="alternateBounds"/>
                    </mxGeometry>
                </mxCell>
                <mxCell id="items-r4" value="" style="shape=tableRow;horizontal=0;startSize=0;swimlaneHead=0;swimlaneBody=0;strokeColor=inherit;top=0;left=0;bottom=0;right=0;collapsible=0;dropTarget=0;fillColor=none;points=[[0,0.5],[1,0.5]];portConstraint=eastwest;fontSize=12;" parent="items" vertex="1">
                    <mxGeometry y="108" width="360" height="26" as="geometry"/>
                </mxCell>
                <mxCell id="items-r4-c" value="created_at : TIMESTAMPTZ" style="shape=partialRectangle;html=1;whiteSpace=wrap;connectable=0;strokeColor=inherit;overflow=hidden;fillColor=none;top=0;left=0;bottom=0;right=0;pointerEvents=1;align=left;spacingLeft=10;fontColor=#666666;" parent="items-r4" vertex="1">
                    <mxGeometry width="360" height="26" as="geometry">
                        <mxRectangle width="360" height="26" as="alternateBounds"/>
                    </mxGeometry>
                </mxCell>
                <mxCell id="items-r5" value="" style="shape=tableRow;horizontal=0;startSize=0;swimlaneHead=0;swimlaneBody=0;strokeColor=inherit;top=0;left=0;bottom=0;right=0;collapsible=0;dropTarget=0;fillColor=none;points=[[0,0.5],[1,0.5]];portConstraint=eastwest;fontSize=12;" parent="items" vertex="1">
                    <mxGeometry y="134" width="360" height="26" as="geometry"/>
                </mxCell>
                <mxCell id="items-r5-c" value="updated_at : TIMESTAMPTZ" style="shape=partialRectangle;html=1;whiteSpace=wrap;connectable=0;strokeColor=inherit;overflow=hidden;fillColor=none;top=0;left=0;bottom=0;right=0;pointerEvents=1;align=left;spacingLeft=10;fontColor=#666666;" parent="items-r5" vertex="1">
                    <mxGeometry width="360" height="26" as="geometry">
                        <mxRectangle width="360" height="26" as="alternateBounds"/>
                    </mxGeometry>
                </mxCell>
                <mxCell id="pricing" value="pricing_structures" style="shape=table;startSize=30;container=1;collapsible=0;childLayout=tableLayout;fontSize=14;fontStyle=1;fillColor=#e1d5e7;strokeColor=#9673a6;" parent="1" vertex="1">
                    <mxGeometry x="770" y="470" width="360" height="212" as="geometry"/>
                </mxCell>
                <mxCell id="pricing-r1" value="" style="shape=tableRow;horizontal=0;startSize=0;swimlaneHead=0;swimlaneBody=0;strokeColor=inherit;top=0;left=0;bottom=0;right=0;collapsible=0;dropTarget=0;fillColor=none;points=[[0,0.5],[1,0.5]];portConstraint=eastwest;fontSize=12;" parent="pricing" vertex="1">
                    <mxGeometry y="30" width="360" height="26" as="geometry"/>
                </mxCell>
                <mxCell id="pricing-r1-c" value="caterer_id : BIGINT  (PK, FK → caterers.id)" style="shape=partialRectangle;html=1;whiteSpace=wrap;connectable=0;strokeColor=inherit;overflow=hidden;fillColor=none;top=0;left=0;bottom=0;right=0;pointerEvents=1;fontStyle=5;align=left;spacingLeft=10;" parent="pricing-r1" vertex="1">
                    <mxGeometry width="360" height="26" as="geometry">
                        <mxRectangle width="360" height="26" as="alternateBounds"/>
                    </mxGeometry>
                </mxCell>
                <mxCell id="pricing-r2" value="" style="shape=tableRow;horizontal=0;startSize=0;swimlaneHead=0;swimlaneBody=0;strokeColor=inherit;top=0;left=0;bottom=0;right=0;collapsible=0;dropTarget=0;fillColor=none;points=[[0,0.5],[1,0.5]];portConstraint=eastwest;fontSize=12;" parent="pricing" vertex="1">
                    <mxGeometry y="56" width="360" height="26" as="geometry"/>
                </mxCell>
                <mxCell id="pricing-r2-c" value="price_per_item : NUMERIC(10,2)" style="shape=partialRectangle;html=1;whiteSpace=wrap;connectable=0;strokeColor=inherit;overflow=hidden;fillColor=none;top=0;left=0;bottom=0;right=0;pointerEvents=1;align=left;spacingLeft=10;" parent="pricing-r2" vertex="1">
                    <mxGeometry width="360" height="26" as="geometry">
                        <mxRectangle width="360" height="26" as="alternateBounds"/>
                    </mxGeometry>
                </mxCell>
                <mxCell id="pricing-r3" value="" style="shape=tableRow;horizontal=0;startSize=0;swimlaneHead=0;swimlaneBody=0;strokeColor=inherit;top=0;left=0;bottom=0;right=0;collapsible=0;dropTarget=0;fillColor=none;points=[[0,0.5],[1,0.5]];portConstraint=eastwest;fontSize=12;" parent="pricing" vertex="1">
                    <mxGeometry y="82" width="360" height="26" as="geometry"/>
                </mxCell>
                <mxCell id="pricing-r3-c" value="flat_delivery_fee : NUMERIC(10,2)" style="shape=partialRectangle;html=1;whiteSpace=wrap;connectable=0;strokeColor=inherit;overflow=hidden;fillColor=none;top=0;left=0;bottom=0;right=0;pointerEvents=1;align=left;spacingLeft=10;" parent="pricing-r3" vertex="1">
                    <mxGeometry width="360" height="26" as="geometry">
                        <mxRectangle width="360" height="26" as="alternateBounds"/>
                    </mxGeometry>
                </mxCell>
                <mxCell id="pricing-r4" value="" style="shape=tableRow;horizontal=0;startSize=0;swimlaneHead=0;swimlaneBody=0;strokeColor=inherit;top=0;left=0;bottom=0;right=0;collapsible=0;dropTarget=0;fillColor=none;points=[[0,0.5],[1,0.5]];portConstraint=eastwest;fontSize=12;" parent="pricing" vertex="1">
                    <mxGeometry y="108" width="360" height="26" as="geometry"/>
                </mxCell>
                <mxCell id="pricing-r4-c" value="per_trip_fee : NUMERIC(10,2)" style="shape=partialRectangle;html=1;whiteSpace=wrap;connectable=0;strokeColor=inherit;overflow=hidden;fillColor=none;top=0;left=0;bottom=0;right=0;pointerEvents=1;align=left;spacingLeft=10;" parent="pricing-r4" vertex="1">
                    <mxGeometry width="360" height="26" as="geometry">
                        <mxRectangle width="360" height="26" as="alternateBounds"/>
                    </mxGeometry>
                </mxCell>
                <mxCell id="pricing-r5" value="" style="shape=tableRow;horizontal=0;startSize=0;swimlaneHead=0;swimlaneBody=0;strokeColor=inherit;top=0;left=0;bottom=0;right=0;collapsible=0;dropTarget=0;fillColor=none;points=[[0,0.5],[1,0.5]];portConstraint=eastwest;fontSize=12;" parent="pricing" vertex="1">
                    <mxGeometry y="134" width="360" height="26" as="geometry"/>
                </mxCell>
                <mxCell id="pricing-r5-c" value="per_school_fee : NUMERIC(10,2)" style="shape=partialRectangle;html=1;whiteSpace=wrap;connectable=0;strokeColor=inherit;overflow=hidden;fillColor=none;top=0;left=0;bottom=0;right=0;pointerEvents=1;align=left;spacingLeft=10;" parent="pricing-r5" vertex="1">
                    <mxGeometry width="360" height="26" as="geometry">
                        <mxRectangle width="360" height="26" as="alternateBounds"/>
                    </mxGeometry>
                </mxCell>
                <mxCell id="pricing-r6" value="" style="shape=tableRow;horizontal=0;startSize=0;swimlaneHead=0;swimlaneBody=0;strokeColor=inherit;top=0;left=0;bottom=0;right=0;collapsible=0;dropTarget=0;fillColor=none;points=[[0,0.5],[1,0.5]];portConstraint=eastwest;fontSize=12;" parent="pricing" vertex="1">
                    <mxGeometry y="160" width="360" height="26" as="geometry"/>
                </mxCell>
                <mxCell id="pricing-r6-c" value="created_at : TIMESTAMPTZ" style="shape=partialRectangle;html=1;whiteSpace=wrap;connectable=0;strokeColor=inherit;overflow=hidden;fillColor=none;top=0;left=0;bottom=0;right=0;pointerEvents=1;align=left;spacingLeft=10;fontColor=#666666;" parent="pricing-r6" vertex="1">
                    <mxGeometry width="360" height="26" as="geometry">
                        <mxRectangle width="360" height="26" as="alternateBounds"/>
                    </mxGeometry>
                </mxCell>
                <mxCell id="pricing-r7" value="" style="shape=tableRow;horizontal=0;startSize=0;swimlaneHead=0;swimlaneBody=0;strokeColor=inherit;top=0;left=0;bottom=0;right=0;collapsible=0;dropTarget=0;fillColor=none;points=[[0,0.5],[1,0.5]];portConstraint=eastwest;fontSize=12;" parent="pricing" vertex="1">
                    <mxGeometry y="186" width="360" height="26" as="geometry"/>
                </mxCell>
                <mxCell id="pricing-r7-c" value="updated_at : TIMESTAMPTZ" style="shape=partialRectangle;html=1;whiteSpace=wrap;connectable=0;strokeColor=inherit;overflow=hidden;fillColor=none;top=0;left=0;bottom=0;right=0;pointerEvents=1;align=left;spacingLeft=10;fontColor=#666666;" parent="pricing-r7" vertex="1">
                    <mxGeometry width="360" height="26" as="geometry">
                        <mxRectangle width="360" height="26" as="alternateBounds"/>
                    </mxGeometry>
                </mxCell>
+                 <mxCell id="new-sessions" value="sessions" style="shape=table;startSize=30;container=1;collapsible=0;childLayout=tableLayout;fontSize=14;fontStyle=1;fillColor=#d5e8d4;strokeColor=#82b366;" vertex="1" parent="1">
+                     <mxGeometry x="1170" y="432" width="360" height="212" as="geometry"/>
+                 </mxCell>
+                 <mxCell id="new-sessions-r1" value="" style="shape=tableRow;horizontal=0;startSize=0;swimlaneHead=0;swimlaneBody=0;strokeColor=inherit;top=0;left=0;bottom=0;right=0;collapsible=0;dropTarget=0;fillColor=none;points=[[0,0.5],[1,0.5]];portConstraint=eastwest;fontSize=12;" vertex="1" parent="new-sessions">
+                     <mxGeometry y="30" width="360" height="26" as="geometry"/>
+                 </mxCell>
+                 <mxCell id="new-sessions-r1-c" value="program_id : BIGINT  (PK, FK → programs.id)" style="shape=partialRectangle;html=1;whiteSpace=wrap;connectable=0;strokeColor=inherit;overflow=hidden;fillColor=none;top=0;left=0;bottom=0;right=0;pointerEvents=1;fontStyle=5;align=left;spacingLeft=10;" vertex="1" parent="new-sessions-r1">
+                     <mxGeometry width="360" height="26" as="geometry">
+                         <mxRectangle width="360" height="26" as="alternateBounds"/>
+                     </mxGeometry>
+                 </mxCell>
+                 <mxCell id="new-sessions-r2" value="" style="shape=tableRow;horizontal=0;startSize=0;swimlaneHead=0;swimlaneBody=0;strokeColor=inherit;top=0;left=0;bottom=0;right=0;collapsible=0;dropTarget=0;fillColor=none;points=[[0,0.5],[1,0.5]];portConstraint=eastwest;fontSize=12;" vertex="1" parent="new-sessions">
+                     <mxGeometry y="56" width="360" height="26" as="geometry"/>
+                 </mxCell>
+                 <mxCell id="new-sessions-r2-c" value="date : DATE  (PK)" style="shape=partialRectangle;html=1;whiteSpace=wrap;connectable=0;strokeColor=inherit;overflow=hidden;fillColor=none;top=0;left=0;bottom=0;right=0;pointerEvents=1;fontStyle=5;align=left;spacingLeft=10;" vertex="1" parent="new-sessions-r2">
+                     <mxGeometry width="360" height="26" as="geometry">
+                         <mxRectangle width="360" height="26" as="alternateBounds"/>
+                     </mxGeometry>
+                 </mxCell>
+                 <mxCell id="new-sessions-r3" value="" style="shape=tableRow;horizontal=0;startSize=0;swimlaneHead=0;swimlaneBody=0;strokeColor=inherit;top=0;left=0;bottom=0;right=0;collapsible=0;dropTarget=0;fillColor=none;points=[[0,0.5],[1,0.5]];portConstraint=eastwest;fontSize=12;" vertex="1" parent="new-sessions">
+                     <mxGeometry y="82" width="360" height="26" as="geometry"/>
+                 </mxCell>
+                 <mxCell id="new-sessions-r3-c" value="sub_manager_name : TEXT  (nullable)" style="shape=partialRectangle;html=1;whiteSpace=wrap;connectable=0;strokeColor=inherit;overflow=hidden;fillColor=none;top=0;left=0;bottom=0;right=0;pointerEvents=1;align=left;spacingLeft=10;" vertex="1" parent="new-sessions-r3">
+                     <mxGeometry width="360" height="26" as="geometry">
+                         <mxRectangle width="360" height="26" as="alternateBounds"/>
+                     </mxGeometry>
+                 </mxCell>
+                 <mxCell id="new-sessions-r4" value="" style="shape=tableRow;horizontal=0;startSize=0;swimlaneHead=0;swimlaneBody=0;strokeColor=inherit;top=0;left=0;bottom=0;right=0;collapsible=0;dropTarget=0;fillColor=none;points=[[0,0.5],[1,0.5]];portConstraint=eastwest;fontSize=12;" vertex="1" parent="new-sessions">
+                     <mxGeometry y="108" width="360" height="26" as="geometry"/>
+                 </mxCell>
+                 <mxCell id="new-sessions-r4-c" value="sub_manager_email : TEXT  (nullable)" style="shape=partialRectangle;html=1;whiteSpace=wrap;connectable=0;strokeColor=inherit;overflow=hidden;fillColor=none;top=0;left=0;bottom=0;right=0;pointerEvents=1;align=left;spacingLeft=10;" vertex="1" parent="new-sessions-r4">
+                     <mxGeometry width="360" height="26" as="geometry">
+                         <mxRectangle width="360" height="26" as="alternateBounds"/>
+                     </mxGeometry>
+                 </mxCell>
+                 <mxCell id="new-sessions-r5" value="" style="shape=tableRow;horizontal=0;startSize=0;swimlaneHead=0;swimlaneBody=0;strokeColor=inherit;top=0;left=0;bottom=0;right=0;collapsible=0;dropTarget=0;fillColor=none;points=[[0,0.5],[1,0.5]];portConstraint=eastwest;fontSize=12;" vertex="1" parent="new-sessions">
+                     <mxGeometry y="134" width="360" height="26" as="geometry"/>
+                 </mxCell>
+                 <mxCell id="new-sessions-r5-c" value="sub_manager_mobile : TEXT  (nullable)" style="shape=partialRectangle;html=1;whiteSpace=wrap;connectable=0;strokeColor=inherit;overflow=hidden;fillColor=none;top=0;left=0;bottom=0;right=0;pointerEvents=1;align=left;spacingLeft=10;" vertex="1" parent="new-sessions-r5">
+                     <mxGeometry width="360" height="26" as="geometry">
+                         <mxRectangle width="360" height="26" as="alternateBounds"/>
+                     </mxGeometry>
+                 </mxCell>
+                 <mxCell id="new-sessions-r6" value="" style="shape=tableRow;horizontal=0;startSize=0;swimlaneHead=0;swimlaneBody=0;strokeColor=inherit;top=0;left=0;bottom=0;right=0;collapsible=0;dropTarget=0;fillColor=none;points=[[0,0.5],[1,0.5]];portConstraint=eastwest;fontSize=12;" vertex="1" parent="new-sessions">
+                     <mxGeometry y="160" width="360" height="26" as="geometry"/>
+                 </mxCell>
+                 <mxCell id="new-sessions-r6-c" value="created_at : TIMESTAMPTZ" style="shape=partialRectangle;html=1;whiteSpace=wrap;connectable=0;strokeColor=inherit;overflow=hidden;fillColor=none;top=0;left=0;bottom=0;right=0;pointerEvents=1;align=left;spacingLeft=10;fontColor=#666666;" vertex="1" parent="new-sessions-r6">
+                     <mxGeometry width="360" height="26" as="geometry">
+                         <mxRectangle width="360" height="26" as="alternateBounds"/>
+                     </mxGeometry>
+                 </mxCell>
+                 <mxCell id="new-sessions-r7" value="" style="shape=tableRow;horizontal=0;startSize=0;swimlaneHead=0;swimlaneBody=0;strokeColor=inherit;top=0;left=0;bottom=0;right=0;collapsible=0;dropTarget=0;fillColor=none;points=[[0,0.5],[1,0.5]];portConstraint=eastwest;fontSize=12;" vertex="1" parent="new-sessions">
+                     <mxGeometry y="186" width="360" height="26" as="geometry"/>
+                 </mxCell>
+                 <mxCell id="new-sessions-r7-c" value="updated_at : TIMESTAMPTZ" style="shape=partialRectangle;html=1;whiteSpace=wrap;connectable=0;strokeColor=inherit;overflow=hidden;fillColor=none;top=0;left=0;bottom=0;right=0;pointerEvents=1;align=left;spacingLeft=10;fontColor=#666666;" vertex="1" parent="new-sessions-r7">
+                     <mxGeometry width="360" height="26" as="geometry">
+                         <mxRectangle width="360" height="26" as="alternateBounds"/>
+                     </mxGeometry>
+                 </mxCell>
+                 <mxCell id="absences" value="absences" style="shape=table;startSize=30;container=1;collapsible=0;childLayout=tableLayout;fontSize=14;fontStyle=1;fillColor=#fff2cc;strokeColor=#d6b656;" vertex="1" parent="1">
+                     <mxGeometry x="1580" y="220" width="360" height="160" as="geometry"/>
+                 </mxCell>
+                 <mxCell id="absences-r1" value="" style="shape=tableRow;horizontal=0;startSize=0;swimlaneHead=0;swimlaneBody=0;strokeColor=inherit;top=0;left=0;bottom=0;right=0;collapsible=0;dropTarget=0;fillColor=none;points=[[0,0.5],[1,0.5]];portConstraint=eastwest;fontSize=12;" vertex="1" parent="absences">
+                     <mxGeometry y="30" width="360" height="26" as="geometry"/>
+                 </mxCell>
+                 <mxCell id="absences-r1-c" value="student_id : BIGINT  (PK, FK → students.id)" style="shape=partialRectangle;html=1;whiteSpace=wrap;connectable=0;strokeColor=inherit;overflow=hidden;fillColor=none;top=0;left=0;bottom=0;right=0;pointerEvents=1;fontStyle=5;align=left;spacingLeft=10;" vertex="1" parent="absences-r1">
+                     <mxGeometry width="360" height="26" as="geometry">
+                         <mxRectangle width="360" height="26" as="alternateBounds"/>
+                     </mxGeometry>
+                 </mxCell>
+                 <mxCell id="absences-r2" value="" style="shape=tableRow;horizontal=0;startSize=0;swimlaneHead=0;swimlaneBody=0;strokeColor=inherit;top=0;left=0;bottom=0;right=0;collapsible=0;dropTarget=0;fillColor=none;points=[[0,0.5],[1,0.5]];portConstraint=eastwest;fontSize=12;" vertex="1" parent="absences">
+                     <mxGeometry y="56" width="360" height="26" as="geometry"/>
+                 </mxCell>
+                 <mxCell id="absences-r2-c" value="program_id : BIGINT  (PK, FK → sessions.program_id)" style="shape=partialRectangle;html=1;whiteSpace=wrap;connectable=0;strokeColor=inherit;overflow=hidden;fillColor=none;top=0;left=0;bottom=0;right=0;pointerEvents=1;fontStyle=5;align=left;spacingLeft=10;" vertex="1" parent="absences-r2">
+                     <mxGeometry width="360" height="26" as="geometry">
+                         <mxRectangle width="360" height="26" as="alternateBounds"/>
+                     </mxGeometry>
+                 </mxCell>
+                 <mxCell id="absences-r3" value="" style="shape=tableRow;horizontal=0;startSize=0;swimlaneHead=0;swimlaneBody=0;strokeColor=inherit;top=0;left=0;bottom=0;right=0;collapsible=0;dropTarget=0;fillColor=none;points=[[0,0.5],[1,0.5]];portConstraint=eastwest;fontSize=12;" vertex="1" parent="absences">
+                     <mxGeometry y="82" width="360" height="26" as="geometry"/>
+                 </mxCell>
+                 <mxCell id="absences-r3-c" value="date : DATE  (PK, FK → sessions.date)" style="shape=partialRectangle;html=1;whiteSpace=wrap;connectable=0;strokeColor=inherit;overflow=hidden;fillColor=none;top=0;left=0;bottom=0;right=0;pointerEvents=1;fontStyle=5;align=left;spacingLeft=10;" vertex="1" parent="absences-r3">
+                     <mxGeometry width="360" height="26" as="geometry">
+                         <mxRectangle width="360" height="26" as="alternateBounds"/>
+                     </mxGeometry>
+                 </mxCell>
+                 <mxCell id="absences-r4" value="" style="shape=tableRow;horizontal=0;startSize=0;swimlaneHead=0;swimlaneBody=0;strokeColor=inherit;top=0;left=0;bottom=0;right=0;collapsible=0;dropTarget=0;fillColor=none;points=[[0,0.5],[1,0.5]];portConstraint=eastwest;fontSize=12;" vertex="1" parent="absences">
+                     <mxGeometry y="108" width="360" height="26" as="geometry"/>
+                 </mxCell>
+                 <mxCell id="absences-r4-c" value="created_at : TIMESTAMPTZ" style="shape=partialRectangle;html=1;whiteSpace=wrap;connectable=0;strokeColor=inherit;overflow=hidden;fillColor=none;top=0;left=0;bottom=0;right=0;pointerEvents=1;align=left;spacingLeft=10;fontColor=#666666;" vertex="1" parent="absences-r4">
+                     <mxGeometry width="360" height="26" as="geometry">
+                         <mxRectangle width="360" height="26" as="alternateBounds"/>
+                     </mxGeometry>
+                 </mxCell>
+                 <mxCell id="absences-r5" value="" style="shape=tableRow;horizontal=0;startSize=0;swimlaneHead=0;swimlaneBody=0;strokeColor=inherit;top=0;left=0;bottom=0;right=0;collapsible=0;dropTarget=0;fillColor=none;points=[[0,0.5],[1,0.5]];portConstraint=eastwest;fontSize=12;" vertex="1" parent="absences">
+                     <mxGeometry y="134" width="360" height="26" as="geometry"/>
+                 </mxCell>
+                 <mxCell id="absences-r5-c" value="updated_at : TIMESTAMPTZ" style="shape=partialRectangle;html=1;whiteSpace=wrap;connectable=0;strokeColor=inherit;overflow=hidden;fillColor=none;top=0;left=0;bottom=0;right=0;pointerEvents=1;align=left;spacingLeft=10;fontColor=#666666;" vertex="1" parent="absences-r5">
+                     <mxGeometry width="360" height="26" as="geometry">
+                         <mxRectangle width="360" height="26" as="alternateBounds"/>
+                     </mxGeometry>
+                 </mxCell>
                <mxCell id="fk-sessions-schools" style="edgeStyle=entityRelationEdgeStyle;fontSize=12;html=1;endArrow=ERone;startArrow=ERmany;rounded=0;exitX=0;exitY=0.5;exitDx=0;exitDy=0;entryX=1;entryY=0.5;entryDx=0;entryDy=0;" parent="1" source="sessions-r2" target="schools-r1" edge="1">
                    <mxGeometry relative="1" as="geometry"/>
                </mxCell>
-                 <mxCell id="fk-enrolments-sessions" style="edgeStyle=entityRelationEdgeStyle;fontSize=12;html=1;endArrow=ERone;startArrow=ERmany;rounded=0;exitX=0;exitY=0.5;exitDx=0;exitDy=0;entryX=1;entryY=0.5;entryDx=0;entryDy=0;" parent="1" source="enrolments-r3" target="sessions-r1" edge="1">
-                     <mxGeometry relative="1" as="geometry"/>
+                 <mxCell id="fk-enrolments-programs" style="edgeStyle=entityRelationEdgeStyle;fontSize=12;html=1;endArrow=ERone;startArrow=ERmany;rounded=0;exitX=0;exitY=0.5;exitDx=0;exitDy=0;entryX=1;entryY=0.5;entryDx=0;entryDy=0;" edge="1" parent="1" source="enrolments-r3" target="sessions-r1">
+                     <mxGeometry relative="1" as="geometry"/>
+                 </mxCell>
+                 <mxCell id="fk-newsessions-programs" style="edgeStyle=entityRelationEdgeStyle;fontSize=12;html=1;endArrow=ERone;startArrow=ERmany;rounded=0;exitX=0;exitY=0.5;exitDx=0;exitDy=0;entryX=1;entryY=0.5;entryDx=0;entryDy=0;" edge="1" parent="1" source="new-sessions-r1" target="sessions-r1">
+                     <mxGeometry relative="1" as="geometry"/>
+                 </mxCell>
+                 <mxCell id="fk-absences-students" style="edgeStyle=entityRelationEdgeStyle;fontSize=12;html=1;endArrow=ERone;startArrow=ERmany;rounded=0;exitX=0;exitY=0.5;exitDx=0;exitDy=0;entryX=1;entryY=0.5;entryDx=0;entryDy=0;" edge="1" parent="1" source="absences-r1" target="students-r1">
+                     <mxGeometry relative="1" as="geometry"/>
+                 </mxCell>
+                 <mxCell id="fk-absences-newsessions" style="edgeStyle=entityRelationEdgeStyle;fontSize=12;html=1;endArrow=ERone;startArrow=ERmany;rounded=0;exitX=1;exitY=0.5;exitDx=0;exitDy=0;entryX=1;entryY=0.5;entryDx=0;entryDy=0;" edge="1" parent="1" source="absences-r2" target="new-sessions-r1">
+                     <mxGeometry relative="1" as="geometry">
+                         <Array as="points">
+                             <mxPoint x="1960" y="330"/>
+                             <mxPoint x="1560" y="775"/>
+                             <mxPoint x="2000" y="490"/>
+                             <mxPoint x="1960" y="450"/>
+                             <mxPoint x="1560" y="495"/>
+                         </Array>
+                     </mxGeometry>
                </mxCell>
                <mxCell id="fk-enrolments-students" style="edgeStyle=entityRelationEdgeStyle;fontSize=12;html=1;endArrow=ERone;startArrow=ERmany;rounded=0;exitX=1;exitY=0.5;exitDx=0;exitDy=0;entryX=0;entryY=0.5;entryDx=0;entryDy=0;" parent="1" source="enrolments-r2" target="students-r1" edge="1">
                    <mxGeometry relative="1" as="geometry"/>
                </mxCell>
                <mxCell id="fk-schools-caterers" style="edgeStyle=entityRelationEdgeStyle;fontSize=12;html=1;endArrow=ERone;startArrow=ERmany;rounded=0;exitX=1;exitY=0.5;exitDx=0;exitDy=0;entryX=1;entryY=0.5;entryDx=0;entryDy=0;" parent="1" source="schools-r-cat" target="caterers-r1" edge="1">
                    <mxGeometry relative="1" as="geometry">
                        <mxPoint x="20" y="300" as="sourcePoint"/>
                        <mxPoint x="340" y="420" as="targetPoint"/>
                        <Array as="points">
                            <mxPoint x="350" y="230"/>
                            <mxPoint y="370"/>
                            <mxPoint x="250" y="420"/>
                            <mxPoint x="320" y="400"/>
                            <mxPoint x="20" y="340"/>
                            <mxPoint x="80" y="350"/>
                            <mxPoint x="20" y="390"/>
                            <mxPoint x="170" y="370"/>
                            <mxPoint x="10" y="380"/>
                        </Array>
                    </mxGeometry>
                </mxCell>
                <mxCell id="fk-items-caterers" style="edgeStyle=entityRelationEdgeStyle;fontSize=12;html=1;endArrow=ERone;startArrow=ERmany;rounded=0;exitX=0;exitY=0.5;exitDx=0;exitDy=0;entryX=1;entryY=0.5;entryDx=0;entryDy=0;" parent="1" source="items-r1" target="caterers-r1" edge="1">
                    <mxGeometry relative="1" as="geometry"/>
                </mxCell>
                <mxCell id="fk-pricing-caterers" style="edgeStyle=entityRelationEdgeStyle;fontSize=12;html=1;endArrow=ERone;startArrow=ERone;rounded=0;exitX=0;exitY=0.5;exitDx=0;exitDy=0;entryX=1;entryY=0.5;entryDx=0;entryDy=0;" parent="1" source="pricing-r1" target="caterers-r1" edge="1">
                    <mxGeometry relative="1" as="geometry"/>
                </mxCell>
-                 <mxCell id="footer" value="• Primary keys: BIGINT GENERATED ALWAYS AS IDENTITY (composite PK on enrolments &amp; items; pricing_structures uses caterer_id as PK for 1:1)    • day_of_week: ENUM (Mon–Fri)    • dietary_tag: ENUM (&#39;GF&#39;,&#39;DF&#39;,&#39;NF&#39;,&#39;V&#39;,&#39;H&#39;)  — V = vegetarian / vegetarian option, H = halal    • FK on delete: schools/sessions/items/pricing→caterers RESTRICT, enrolments→students/sessions CASCADE, items/pricing→caterers CASCADE    • RLS disabled for now" style="text;html=1;align=left;verticalAlign=middle;fontSize=11;fontStyle=2;fontColor=#555555;" parent="1" vertex="1">
-                     <mxGeometry x="40" y="800" width="1600" height="50" as="geometry"/>
+                 <mxCell id="footer" value="• Primary keys: BIGINT GENERATED ALWAYS AS IDENTITY (composite PKs on enrolments, items, sessions, absences; pricing_structures uses caterer_id as PK for 1:1)    • day_of_week: ENUM (Mon–Fri)    • dietary_tag: ENUM (&#39;GF&#39;,&#39;DF&#39;,&#39;NF&#39;,&#39;V&#39;,&#39;H&#39;)  — V = vegetarian / vegetarian option, H = halal    • FK on delete: schools→caterers RESTRICT, programs→schools RESTRICT, enrolments→students/programs CASCADE, sessions→programs CASCADE, absences→students/sessions CASCADE, items/pricing→caterers CASCADE    • RLS disabled for now" style="text;html=1;align=left;verticalAlign=middle;fontSize=11;fontStyle=2;fontColor=#555555;" parent="1" vertex="1">
+                     <mxGeometry x="40" y="920" width="1600" height="60" as="geometry"/>
                </mxCell>
            </root>
        </mxGraphModel>
    </diagram>
</mxfile>